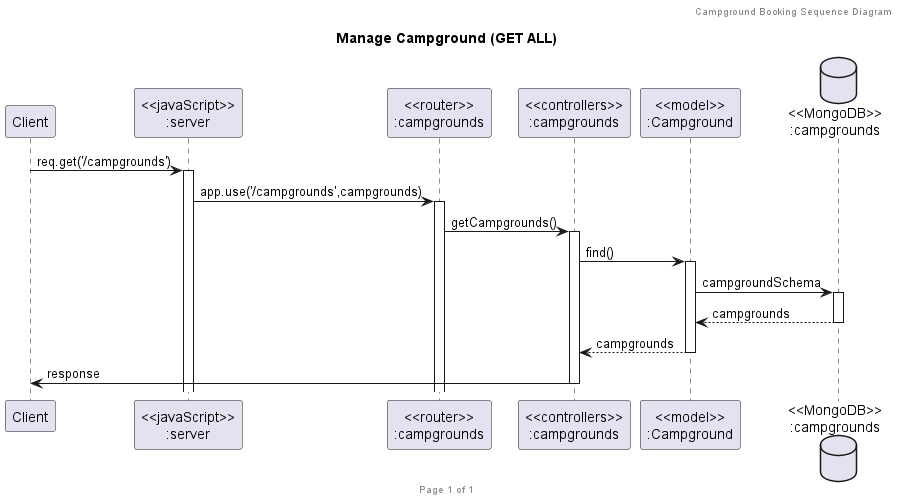
The PlantUML diagram presentation/Sequence_Diagram/Campgrounds/Manage Campground (GET ALL).png in 2110503TACEDT66/presentation-day-1-i-am-the-bone-of-my-sources, before a commit.
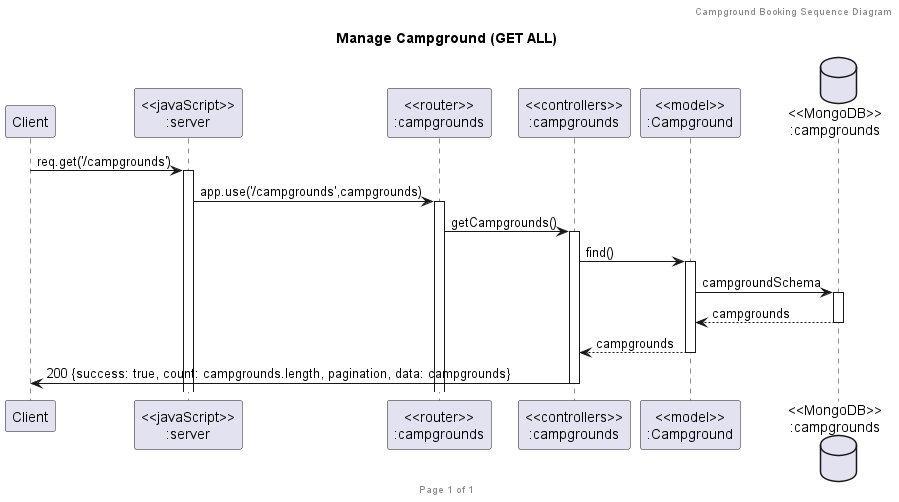
The same file after the commit.

Commit message:
Alt response of campground sequence diagram

The edit, as a diff of the source:
```diff
@@ -18,6 +18,6 @@
 modelCampground ->CampgroundsDatabase ++: campgroundSchema
 CampgroundsDatabase --> modelCampground --: campgrounds
 controllersCampgrounds <-- modelCampground --:campgrounds
-controllersCampgrounds->client --:response
+controllersCampgrounds->client --:200 {success: true, count: campgrounds.length, pagination, data: campgrounds}
 
 @enduml
```
